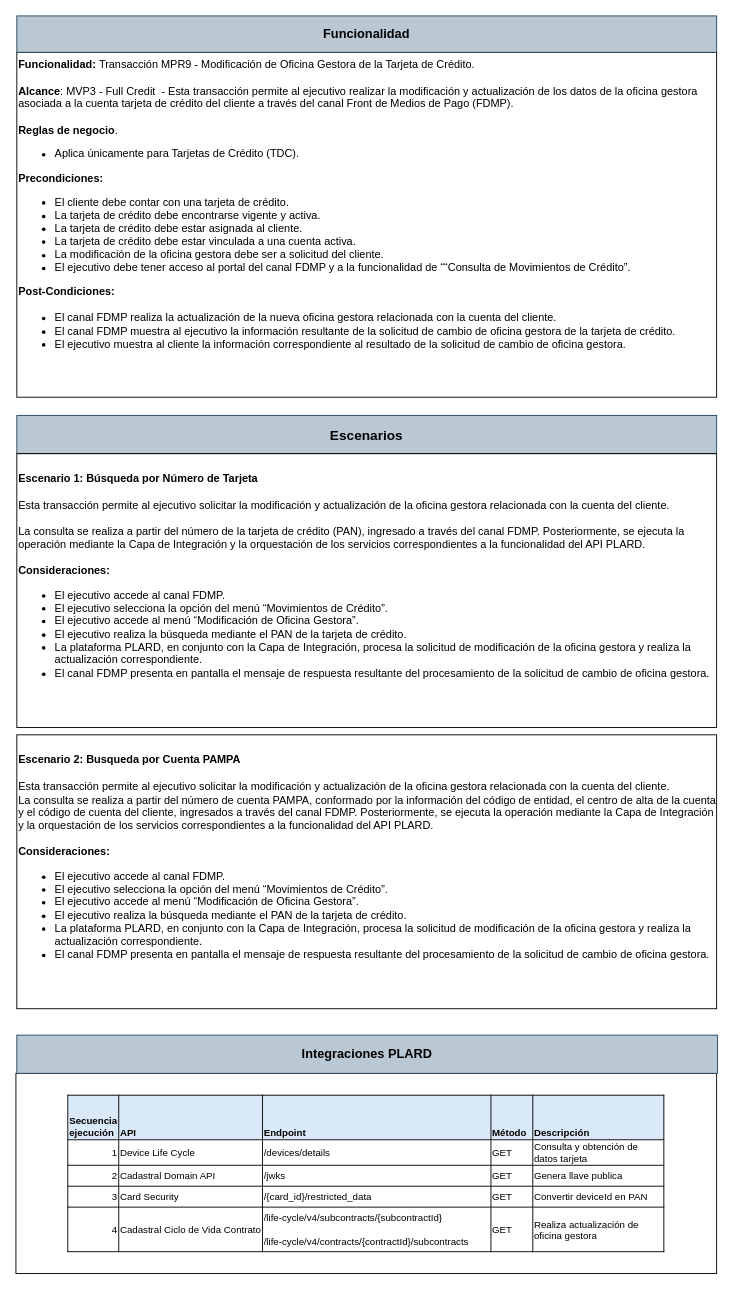
Above: page "Funcional" (3 of 5) of UML MFS M21 211 DGR-MFS-PLARD_MVP3_SMART-NOTIFICATIONS v1.0.drawio in chisvmen/BA_projects (draw.io), before the change. Source tidied: cells renumbered, new cells numbered last; positions are measured from the earlier drawing's top-left corner, leaving out a move shared by most shapes. Both pictures are drawn from the tidied source at 91%, with x=0, y=0 at pixel (15, 15).
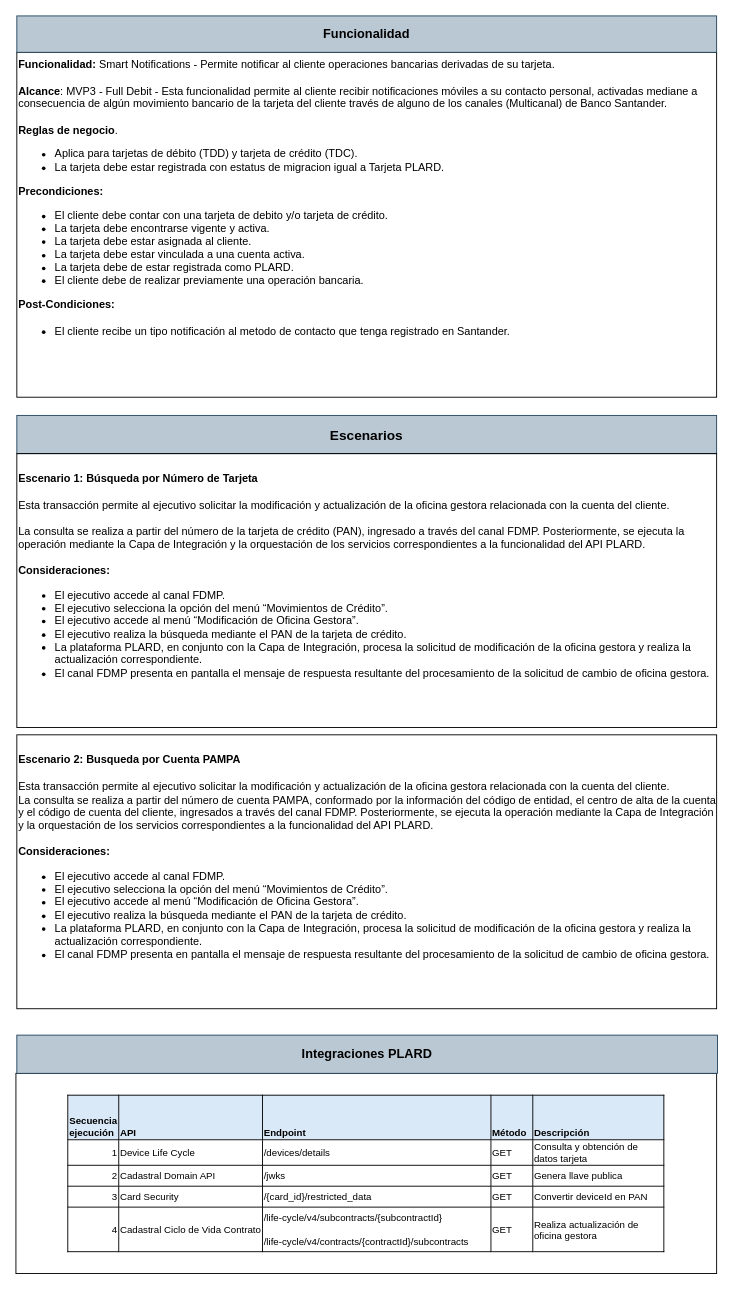
After the change.

Change to the diagram source:
```diff
@@
 <mxGraphModel>
   <root>
     <mxCell id="0" />
     <mxCell id="1" parent="0" />
-    <mxCell id="2" value="&lt;div&gt;&lt;div&gt;&lt;b&gt;Funcionalidad:&lt;/b&gt;&amp;nbsp;Transacción MPR9 -&amp;nbsp;&lt;span style=&quot;background-color: transparent;&quot;&gt;Modificación de Oficina Gestora de la Tarjeta de Crédito.&lt;/span&gt;&lt;/div&gt;&lt;div&gt;&lt;br&gt;&lt;/div&gt;&lt;div&gt;&lt;b&gt;Alcance&lt;/b&gt;: MVP3 - Full Credit&amp;nbsp; -&amp;nbsp;&lt;span style=&quot;background-color: transparent;&quot;&gt;Esta transacción permite al ejecutivo realizar la modificación y actualización de los datos de la oficina gestora asociada a la cuenta tarjeta de crédito del cliente a través del canal Front de Medios de Pago (FDMP).&lt;/span&gt;&lt;/div&gt;&lt;div&gt;&lt;br&gt;&lt;/div&gt;&lt;div&gt;&lt;b style=&quot;color: light-dark(rgb(0, 0, 0), rgb(255, 255, 255)); background-color: transparent;&quot;&gt;Reglas de negocio&lt;/b&gt;.&amp;nbsp;&lt;/div&gt;&lt;div&gt;&lt;div&gt;&lt;ul&gt;&lt;li style=&quot;background-color: transparent;&quot;&gt;&lt;span style=&quot;white-space: pre-wrap; background-color: transparent; color: light-dark(rgb(0, 0, 0), rgb(255, 255, 255));&quot;&gt;Aplica únicamente para Tarjetas de Crédito (TDC).&lt;/span&gt;&lt;/li&gt;&lt;/ul&gt;&lt;b style=&quot;background-color: initial; color: light-dark(rgb(0, 0, 0), rgb(255, 255, 255));&quot;&gt;Precondiciones:&lt;/b&gt;&lt;/div&gt;&lt;div&gt;&lt;ul&gt;&lt;li&gt;&lt;span style=&quot;white-space: pre-wrap; background-color: transparent; color: light-dark(rgb(0, 0, 0), rgb(255, 255, 255));&quot;&gt;El cliente debe contar con una tarjeta de crédito.&lt;/span&gt;&lt;/li&gt;&lt;li&gt;&lt;span style=&quot;white-space-collapse: preserve;&quot;&gt;La tarjeta de crédito debe encontrarse vigente y activa.&lt;/span&gt;&lt;/li&gt;&lt;li&gt;&lt;span style=&quot;white-space-collapse: preserve;&quot;&gt;La tarjeta de crédito debe estar asignada al cliente.&lt;/span&gt;&lt;/li&gt;&lt;li&gt;&lt;span style=&quot;white-space-collapse: preserve;&quot;&gt;La tarjeta de crédito debe estar vinculada a una cuenta activa.&lt;/span&gt;&lt;/li&gt;&lt;li&gt;&lt;span style=&quot;white-space-collapse: preserve;&quot;&gt;La modificación de la oficina gestora debe ser a solicitud del cliente.&lt;/span&gt;&lt;/li&gt;&lt;b style=&quot;color: light-dark(rgb(0, 0, 0), rgb(255, 255, 255)); background-color: initial;&quot;&gt;&lt;/b&gt;&lt;li&gt;&lt;span style=&quot;white-space-collapse: preserve;&quot;&gt;El ejecutivo debe tener acceso al portal del canal FDMP y a la funcionalidad de “&lt;/span&gt;&lt;span style=&quot;white-space: pre-wrap;&quot;&gt;“Consulta de Movimientos de Crédito”.&lt;/span&gt;&lt;/li&gt;&lt;/ul&gt;&lt;b style=&quot;background-color: initial; color: light-dark(rgb(0, 0, 0), rgb(255, 255, 255));&quot;&gt;Post-Condiciones:&lt;/b&gt;&lt;/div&gt;&lt;div&gt;&lt;b style=&quot;background-color: initial; color: light-dark(rgb(0, 0, 0), rgb(255, 255, 255));&quot;&gt;&lt;br&gt;&lt;/b&gt;&lt;/div&gt;&lt;div&gt;&lt;ul type=&quot;disc&quot; style=&quot;margin-top: 0cm;&quot;&gt;&lt;li&gt;El canal FDMP realiza la actualización de la nueva oficina gestora relacionada con la cuenta del cliente.&lt;br&gt;&lt;/li&gt;&lt;li&gt;El canal FDMP muestra al ejecutivo la información resultante de la solicitud de cambio de oficina gestora de la tarjeta de crédito.&lt;br&gt;&lt;/li&gt;&lt;li&gt;El ejecutivo muestra al cliente la información correspondiente al resultado de la solicitud de cambio de oficina gestora.&lt;/li&gt;&lt;/ul&gt;&lt;/div&gt;&lt;/div&gt;&lt;/div&gt;&lt;div&gt;&lt;div&gt;&lt;div&gt;&lt;div&gt;&lt;div&gt;&lt;/div&gt;&lt;/div&gt;&lt;/div&gt;&lt;/div&gt;&lt;/div&gt;" style="text;html=1;align=left;verticalAlign=top;whiteSpace=wrap;rounded=0;fontSize=12;strokeColor=default;" parent="1" vertex="1">
+    <mxCell id="2" value="&lt;div&gt;&lt;div&gt;&lt;b&gt;Funcionalidad:&lt;/b&gt;&amp;nbsp;&lt;span style=&quot;background-color: transparent;&quot;&gt;Smart Notifications - Permite notificar al cliente operaciones bancarias derivadas de su tarjeta.&lt;/span&gt;&lt;/div&gt;&lt;div&gt;&lt;br&gt;&lt;/div&gt;&lt;div&gt;&lt;b&gt;Alcance&lt;/b&gt;: MVP3 - Full Debit -&amp;nbsp;&lt;span style=&quot;background-color: transparent;&quot;&gt;Esta funcionalidad permite al cliente recibir notificaciones móviles a su contacto personal, activadas mediane a consecuencia de algún movimiento bancario de la tarjeta del cliente través de alguno de los canales (Multicanal) de Banco Santander.&lt;/span&gt;&lt;/div&gt;&lt;div&gt;&lt;br&gt;&lt;/div&gt;&lt;div&gt;&lt;b style=&quot;color: light-dark(rgb(0, 0, 0), rgb(255, 255, 255)); background-color: transparent;&quot;&gt;Reglas de negocio&lt;/b&gt;.&amp;nbsp;&lt;/div&gt;&lt;div&gt;&lt;div&gt;&lt;ul&gt;&lt;li style=&quot;background-color: transparent;&quot;&gt;&lt;span style=&quot;white-space: pre-wrap; background-color: transparent; color: light-dark(rgb(0, 0, 0), rgb(255, 255, 255));&quot;&gt;Aplica para tarjetas de débito (TDD) y tarjeta de crédito (TDC).&lt;/span&gt;&lt;/li&gt;&lt;li&gt;&lt;span style=&quot;background-color: transparent; color: light-dark(rgb(0, 0, 0), rgb(255, 255, 255)); white-space: pre-wrap;&quot;&gt;La tarjeta debe estar registrada con estatus de migracion igual a Tarjeta PLARD.&lt;/span&gt;&lt;/li&gt;&lt;/ul&gt;&lt;div&gt;&lt;/div&gt;&lt;b style=&quot;background-color: initial; color: light-dark(rgb(0, 0, 0), rgb(255, 255, 255));&quot;&gt;Precondiciones:&lt;/b&gt;&lt;/div&gt;&lt;div&gt;&lt;ul&gt;&lt;li&gt;&lt;span style=&quot;white-space: pre-wrap; background-color: transparent; color: light-dark(rgb(0, 0, 0), rgb(255, 255, 255));&quot;&gt;El cliente debe contar con una tarjeta de debito y/o tarjeta de crédito.&lt;/span&gt;&lt;/li&gt;&lt;li&gt;&lt;span style=&quot;white-space-collapse: preserve;&quot;&gt;La tarjeta debe encontrarse vigente y activa.&lt;/span&gt;&lt;/li&gt;&lt;li&gt;&lt;span style=&quot;white-space-collapse: preserve;&quot;&gt;La tarjeta debe estar asignada al cliente.&lt;/span&gt;&lt;/li&gt;&lt;li&gt;&lt;span style=&quot;white-space-collapse: preserve;&quot;&gt;La tarjeta debe estar vinculada a una cuenta activa.&lt;/span&gt;&lt;/li&gt;&lt;li&gt;&lt;span style=&quot;white-space-collapse: preserve;&quot;&gt;La tarjeta debe de estar registrada como PLARD.&lt;/span&gt;&lt;/li&gt;&lt;li&gt;&lt;span style=&quot;background-color: transparent; color: light-dark(rgb(0, 0, 0), rgb(255, 255, 255)); white-space: pre-wrap;&quot;&gt;El cliente debe de realizar previamente una operación bancaria.&lt;/span&gt;&lt;/li&gt;&lt;/ul&gt;&lt;b style=&quot;background-color: initial; color: light-dark(rgb(0, 0, 0), rgb(255, 255, 255));&quot;&gt;Post-Condiciones:&lt;/b&gt;&lt;/div&gt;&lt;div&gt;&lt;b style=&quot;background-color: initial; color: light-dark(rgb(0, 0, 0), rgb(255, 255, 255));&quot;&gt;&lt;br&gt;&lt;/b&gt;&lt;/div&gt;&lt;div&gt;&lt;ul type=&quot;disc&quot; style=&quot;margin-top: 0cm;&quot;&gt;&lt;li&gt;El cliente recibe un tipo notificación&amp;nbsp;al metodo de contacto que tenga registrado en Santander.&lt;/li&gt;&lt;/ul&gt;&lt;/div&gt;&lt;/div&gt;&lt;/div&gt;&lt;div&gt;&lt;div&gt;&lt;div&gt;&lt;div&gt;&lt;div&gt;&lt;/div&gt;&lt;/div&gt;&lt;/div&gt;&lt;/div&gt;&lt;/div&gt;" style="text;html=1;align=left;verticalAlign=top;whiteSpace=wrap;rounded=0;fontSize=12;strokeColor=default;" parent="1" vertex="1">
       <mxGeometry x="1" y="40" width="769" height="379" as="geometry" />
     </mxCell>
     <mxCell id="3" value="Funcionalidad" style="rounded=0;whiteSpace=wrap;html=1;fontSize=14;fontStyle=1;fillColor=#bac8d3;strokeColor=#23445d;" parent="1" vertex="1">
       <mxGeometry x="1" width="769" height="40" as="geometry" />
     </mxCell>
     <mxCell id="4" value="Escenarios" style="rounded=0;whiteSpace=wrap;html=1;fontSize=15;fontStyle=1;align=center;fillColor=#bac8d3;strokeColor=#23445d;shadow=0;" parent="1" vertex="1">
       <mxGeometry x="1" y="439" width="769" height="42" as="geometry" />
     </mxCell>
     <mxCell id="5" value="&lt;div style=&quot;&quot;&gt;&lt;div&gt;&lt;strong style=&quot;background-color: transparent;&quot;&gt;&lt;font&gt;&lt;br&gt;&lt;/font&gt;&lt;/strong&gt;&lt;/div&gt;&lt;div&gt;&lt;strong style=&quot;background-color: transparent;&quot;&gt;&lt;font&gt;Escenario 1: Búsqueda por Número de Tarjeta&lt;/font&gt;&lt;/strong&gt;&lt;/div&gt;&lt;div&gt;&lt;br&gt;&lt;/div&gt;&lt;div&gt;&lt;div&gt;Esta transacción permite al ejecutivo solicitar la modificación y actualización de la oficina gestora relacionada con la cuenta del cliente.&lt;/div&gt;&lt;div&gt;&lt;br&gt;&lt;/div&gt;&lt;div&gt;La consulta se realiza a partir del número de la tarjeta de crédito (PAN), ingresado a través del canal FDMP. Posteriormente, se ejecuta la operación mediante la Capa de Integración y la orquestación de los servicios correspondientes a la funcionalidad del API PLARD.&lt;/div&gt;&lt;/div&gt;&lt;div&gt;&lt;br&gt;&lt;/div&gt;&lt;div&gt;&lt;span style=&quot;background-color: transparent;&quot;&gt;&lt;b&gt;Consideraciones:&lt;/b&gt;&lt;/span&gt;&lt;ul&gt;&lt;li&gt;El ejecutivo accede al canal FDMP.&lt;br&gt;&lt;/li&gt;&lt;li&gt;El ejecutivo selecciona la opción del menú “Movimientos de Crédito”.&lt;br&gt;&lt;/li&gt;&lt;li&gt;El ejecutivo accede al menú “Modificación de Oficina Gestora”.&lt;br&gt;&lt;/li&gt;&lt;li&gt;El ejecutivo realiza la búsqueda mediante el PAN de la tarjeta de crédito.&lt;br&gt;&lt;/li&gt;&lt;li&gt;La plataforma PLARD, en conjunto con la Capa de Integración, procesa la solicitud de modificación de la oficina gestora y realiza la actualización correspondiente.&lt;br&gt;&lt;/li&gt;&lt;li&gt;El canal FDMP presenta en pantalla el mensaje de respuesta resultante del procesamiento de la solicitud de cambio de oficina gestora.&lt;/li&gt;&lt;/ul&gt;&lt;/div&gt;&lt;/div&gt;&lt;div style=&quot;&quot;&gt;&lt;div&gt;&lt;div&gt;&lt;/div&gt;&lt;/div&gt;&lt;/div&gt;" style="text;html=1;align=left;verticalAlign=top;whiteSpace=wrap;rounded=0;fontSize=12;strokeWidth=1;strokeColor=default;" parent="1" vertex="1">
       <mxGeometry x="1" y="481" width="769" height="301" as="geometry" />
     </mxCell>
     <mxCell id="6" value="&lt;div style=&quot;&quot;&gt;&lt;div&gt;&lt;strong style=&quot;background-color: transparent;&quot;&gt;&lt;font&gt;&lt;br&gt;&lt;/font&gt;&lt;/strong&gt;&lt;/div&gt;&lt;div&gt;&lt;strong style=&quot;background-color: transparent;&quot;&gt;&lt;font&gt;Escenario 2: Busqueda por Cuenta PAMPA&lt;/font&gt;&lt;/strong&gt;&lt;/div&gt;&lt;div&gt;&lt;br&gt;&lt;/div&gt;&lt;div&gt;&lt;div&gt;&lt;div&gt;&lt;div&gt;Esta transacción permite al ejecutivo solicitar la modificación y actualización de la oficina gestora relacionada con la cuenta del cliente.&lt;/div&gt;&lt;div&gt;La consulta se realiza a partir del número de cuenta PAMPA, conformado por la información del código de entidad, el centro de alta de la cuenta y el código de cuenta del cliente, ingresados a través del canal FDMP. Posteriormente, se ejecuta la operación mediante la Capa de Integración y la orquestación de los servicios correspondientes a la funcionalidad del API PLARD.&lt;/div&gt;&lt;/div&gt;&lt;/div&gt;&lt;div&gt;&lt;br&gt;&lt;/div&gt;&lt;div&gt;&lt;span style=&quot;background-color: transparent;&quot;&gt;&lt;b&gt;Consideraciones:&lt;/b&gt;&lt;/span&gt;&lt;ul&gt;&lt;li&gt;El ejecutivo accede al canal FDMP.&lt;br&gt;&lt;/li&gt;&lt;li&gt;El ejecutivo selecciona la opción del menú “Movimientos de Crédito”.&lt;br&gt;&lt;/li&gt;&lt;li&gt;El ejecutivo accede al menú “Modificación de Oficina Gestora”.&lt;br&gt;&lt;/li&gt;&lt;li&gt;El ejecutivo realiza la búsqueda mediante el PAN de la tarjeta de crédito.&lt;br&gt;&lt;/li&gt;&lt;li&gt;La plataforma PLARD, en conjunto con la Capa de Integración, procesa la solicitud de modificación de la oficina gestora y realiza la actualización correspondiente.&lt;br&gt;&lt;/li&gt;&lt;li&gt;El canal FDMP presenta en pantalla el mensaje de respuesta resultante del procesamiento de la solicitud de cambio de oficina gestora.&lt;/li&gt;&lt;/ul&gt;&lt;/div&gt;&lt;/div&gt;&lt;/div&gt;&lt;div style=&quot;&quot;&gt;&lt;div&gt;&lt;div&gt;&lt;/div&gt;&lt;/div&gt;&lt;/div&gt;" style="text;html=1;align=left;verticalAlign=top;whiteSpace=wrap;rounded=0;fontSize=12;strokeWidth=1;strokeColor=default;" parent="1" vertex="1">
       <mxGeometry x="1" y="790" width="769" height="301" as="geometry" />
     </mxCell>
     <mxCell id="7" value="&lt;div style=&quot;font-size: medium; font-weight: 400; text-align: start;&quot;&gt;&lt;div&gt;&lt;div&gt;&lt;div&gt;&lt;div&gt;&lt;div&gt;&lt;table width=&quot;656&quot; style=&quot;border-collapse: collapse; width: 492pt;&quot;&gt;&lt;colgroup&gt;&lt;col width=&quot;50&quot; style=&quot;width: 38pt;&quot;&gt;&lt;col width=&quot;118&quot; style=&quot;width: 89pt;&quot;&gt;&lt;col width=&quot;267&quot; style=&quot;width: 200pt;&quot;&gt;&lt;col width=&quot;45&quot; style=&quot;width: 34pt;&quot;&gt;&lt;col width=&quot;176&quot; style=&quot;width: 132pt;&quot;&gt;&lt;/colgroup&gt;&lt;tbody&gt;&lt;tr height=&quot;46&quot; style=&quot;height: 34.5pt;&quot;&gt;&lt;td width=&quot;50&quot; height=&quot;46&quot; class=&quot;xl693&quot; style=&quot;padding-top: 1px; padding-right: 1px; padding-left: 1px; font-size: 8pt; font-weight: 700; font-family: Calibri, sans-serif; vertical-align: bottom; border: 0.5pt solid black; background: rgb(218, 233, 248); width: 38pt; height: 34.5pt;&quot;&gt;Secuencia&lt;br&gt;ejecución&lt;/td&gt;&lt;td width=&quot;118&quot; class=&quot;xl693&quot; style=&quot;padding-top: 1px; padding-right: 1px; padding-left: 1px; font-size: 8pt; font-weight: 700; font-family: Calibri, sans-serif; vertical-align: bottom; border: 0.5pt solid black; background: rgb(218, 233, 248); width: 89pt;&quot;&gt;API&lt;/td&gt;&lt;td width=&quot;267&quot; class=&quot;xl693&quot; style=&quot;padding-top: 1px; padding-right: 1px; padding-left: 1px; font-size: 8pt; font-weight: 700; font-family: Calibri, sans-serif; vertical-align: bottom; border: 0.5pt solid black; background: rgb(218, 233, 248); width: 200pt;&quot;&gt;Endpoint&lt;/td&gt;&lt;td width=&quot;45&quot; class=&quot;xl693&quot; style=&quot;padding-top: 1px; padding-right: 1px; padding-left: 1px; font-size: 8pt; font-weight: 700; font-family: Calibri, sans-serif; vertical-align: bottom; border: 0.5pt solid black; background: rgb(218, 233, 248); width: 34pt;&quot;&gt;Método&lt;/td&gt;&lt;td width=&quot;176&quot; class=&quot;xl693&quot; style=&quot;padding-top: 1px; padding-right: 1px; padding-left: 1px; font-size: 8pt; font-weight: 700; font-family: Calibri, sans-serif; vertical-align: bottom; border: 0.5pt solid black; background: rgb(218, 233, 248); width: 132pt;&quot;&gt;Descripción&lt;/td&gt;&lt;/tr&gt;&lt;tr height=&quot;20&quot; style=&quot;height: 15pt;&quot;&gt;&lt;td width=&quot;50&quot; height=&quot;20&quot; class=&quot;xl895&quot; align=&quot;right&quot; style=&quot;padding-top: 1px; padding-right: 1px; padding-left: 1px; font-size: 8pt; font-family: Calibri, sans-serif; vertical-align: middle; border: 0.5pt solid black; width: 38pt; height: 15pt;&quot;&gt;1&lt;/td&gt;&lt;td class=&quot;xl896&quot; style=&quot;padding-top: 1px; padding-right: 1px; padding-left: 1px; font-size: 8pt; font-family: Calibri; vertical-align: middle; border: 0.5pt solid black; white-space: nowrap;&quot;&gt;Device Life Cycle&lt;/td&gt;&lt;td class=&quot;xl896&quot; style=&quot;padding-top: 1px; padding-right: 1px; padding-left: 1px; font-size: 8pt; font-family: Calibri; vertical-align: middle; border: 0.5pt solid black; white-space: nowrap;&quot;&gt;/devices/details&lt;/td&gt;&lt;td width=&quot;45&quot; class=&quot;xl895&quot; style=&quot;padding-top: 1px; padding-right: 1px; padding-left: 1px; font-size: 8pt; font-family: Calibri, sans-serif; vertical-align: middle; border: 0.5pt solid black; width: 34pt;&quot;&gt;GET&lt;/td&gt;&lt;td width=&quot;176&quot; class=&quot;xl895&quot; style=&quot;padding-top: 1px; padding-right: 1px; padding-left: 1px; font-size: 8pt; font-family: Calibri, sans-serif; vertical-align: middle; border: 0.5pt solid black; width: 132pt;&quot;&gt;Consulta y obtención de datos tarjeta&lt;/td&gt;&lt;/tr&gt;&lt;tr height=&quot;20&quot; style=&quot;height: 15pt;&quot;&gt;&lt;td width=&quot;50&quot; height=&quot;20&quot; class=&quot;xl895&quot; align=&quot;right&quot; style=&quot;padding-top: 1px; padding-right: 1px; padding-left: 1px; font-size: 8pt; font-family: Calibri, sans-serif; vertical-align: middle; border: 0.5pt solid black; width: 38pt; height: 15pt;&quot;&gt;2&lt;/td&gt;&lt;td width=&quot;118&quot; class=&quot;xl897&quot; style=&quot;padding-top: 1px; padding-right: 1px; padding-left: 1px; font-size: 8pt; font-family: Calibri; vertical-align: middle; border: 0.5pt solid black; width: 89pt;&quot;&gt;Cadastral Domain API&lt;/td&gt;&lt;td width=&quot;267&quot; class=&quot;xl897&quot; style=&quot;padding-top: 1px; padding-right: 1px; padding-left: 1px; font-size: 8pt; font-family: Calibri; vertical-align: middle; border: 0.5pt solid black; width: 200pt;&quot;&gt;/jwks&lt;/td&gt;&lt;td width=&quot;45&quot; class=&quot;xl895&quot; style=&quot;padding-top: 1px; padding-right: 1px; padding-left: 1px; font-size: 8pt; font-family: Calibri, sans-serif; vertical-align: middle; border: 0.5pt solid black; width: 34pt;&quot;&gt;GET&lt;/td&gt;&lt;td width=&quot;176&quot; class=&quot;xl895&quot; style=&quot;padding-top: 1px; padding-right: 1px; padding-left: 1px; font-size: 8pt; font-family: Calibri, sans-serif; vertical-align: middle; border: 0.5pt solid black; width: 132pt;&quot;&gt;Genera llave publica&lt;/td&gt;&lt;/tr&gt;&lt;tr height=&quot;20&quot; style=&quot;height: 15pt;&quot;&gt;&lt;td width=&quot;50&quot; height=&quot;20&quot; class=&quot;xl895&quot; align=&quot;right&quot; style=&quot;padding-top: 1px; padding-right: 1px; padding-left: 1px; font-size: 8pt; font-family: Calibri, sans-serif; vertical-align: middle; border: 0.5pt solid black; width: 38pt; height: 15pt;&quot;&gt;3&lt;/td&gt;&lt;td width=&quot;118&quot; class=&quot;xl897&quot; style=&quot;padding-top: 1px; padding-right: 1px; padding-left: 1px; font-size: 8pt; font-family: Calibri; vertical-align: middle; border: 0.5pt solid black; width: 89pt;&quot;&gt;Card Security&lt;/td&gt;&lt;td width=&quot;267&quot; class=&quot;xl897&quot; style=&quot;padding-top: 1px; padding-right: 1px; padding-left: 1px; font-size: 8pt; font-family: Calibri; vertical-align: middle; border: 0.5pt solid black; width: 200pt;&quot;&gt;/{card_id}/restricted_data&lt;/td&gt;&lt;td width=&quot;45&quot; class=&quot;xl895&quot; style=&quot;padding-top: 1px; padding-right: 1px; padding-left: 1px; font-size: 8pt; font-family: Calibri, sans-serif; vertical-align: middle; border: 0.5pt solid black; width: 34pt;&quot;&gt;GET&lt;/td&gt;&lt;td width=&quot;176&quot; class=&quot;xl895&quot; style=&quot;padding-top: 1px; padding-right: 1px; padding-left: 1px; font-size: 8pt; font-family: Calibri, sans-serif; vertical-align: middle; border: 0.5pt solid black; width: 132pt;&quot;&gt;Convertir deviceId en PAN&lt;/td&gt;&lt;/tr&gt;&lt;tr height=&quot;46&quot; style=&quot;height: 34.5pt;&quot;&gt;&lt;td width=&quot;50&quot; height=&quot;46&quot; class=&quot;xl895&quot; align=&quot;right&quot; style=&quot;padding-top: 1px; padding-right: 1px; padding-left: 1px; font-size: 8pt; font-family: Calibri, sans-serif; vertical-align: middle; border: 0.5pt solid black; width: 38pt; height: 34.5pt;&quot;&gt;4&lt;/td&gt;&lt;td class=&quot;xl896&quot; style=&quot;padding-top: 1px; padding-right: 1px; padding-left: 1px; font-size: 8pt; font-family: Calibri; vertical-align: middle; border: 0.5pt solid black; white-space: nowrap;&quot;&gt;Cadastral Ciclo de Vida Contrato&lt;/td&gt;&lt;td width=&quot;267&quot; class=&quot;xl897&quot; style=&quot;padding-top: 1px; padding-right: 1px; padding-left: 1px; font-size: 8pt; font-family: Calibri; vertical-align: middle; border: 0.5pt solid black; width: 200pt;&quot;&gt;/life-cycle/v4/subcontracts/{subcontractId}&lt;br&gt;&lt;br&gt;/life-cycle/v4/contracts/{contractId}/subcontracts&lt;/td&gt;&lt;td width=&quot;45&quot; class=&quot;xl895&quot; style=&quot;padding-top: 1px; padding-right: 1px; padding-left: 1px; font-size: 8pt; font-family: Calibri, sans-serif; vertical-align: middle; border: 0.5pt solid black; width: 34pt;&quot;&gt;GET&lt;/td&gt;&lt;td width=&quot;176&quot; class=&quot;xl895&quot; style=&quot;padding-top: 1px; padding-right: 1px; padding-left: 1px; font-size: 8pt; font-family: Calibri, sans-serif; vertical-align: middle; border: 0.5pt solid black; width: 132pt;&quot;&gt;Realiza actualización de oficina gestora&amp;nbsp;&lt;/td&gt;&lt;/tr&gt;&lt;/tbody&gt;&lt;/table&gt;&lt;/div&gt;&lt;/div&gt;&lt;/div&gt;&lt;/div&gt;&lt;/div&gt;&lt;/div&gt;" style="rounded=0;whiteSpace=wrap;html=1;fontSize=14;fontStyle=1;align=center;" parent="1" vertex="1">
       <mxGeometry y="1162" width="770" height="220" as="geometry" />
     </mxCell>
     <mxCell id="8" value="Integraciones PLARD" style="rounded=0;whiteSpace=wrap;html=1;fillColor=#bac8d3;strokeColor=#23445d;fontSize=14;fontStyle=1;verticalAlign=middle;" parent="1" vertex="1">
       <mxGeometry x="1" y="1120" width="770" height="42" as="geometry" />
     </mxCell>
   </root>
 </mxGraphModel>
```
